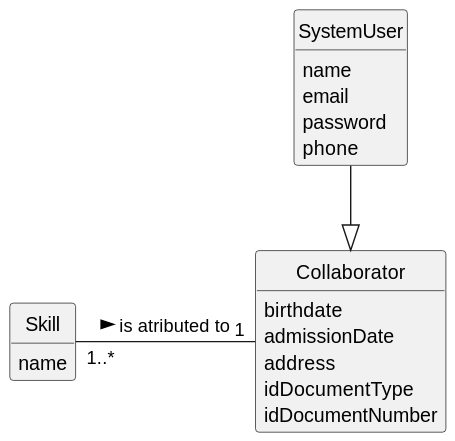
Earlier version of the PlantUML export docs/sprintA/us004/02.analysis/svg/us004-domain-model.svg (Departamento-de-Engenharia-Informatica/lei-24-s2-1do-g164). The source it was exported from:
```plantuml
@startuml
skinparam monochrome true
skinparam packageStyle rectangle
skinparam shadowing false


skinparam classAttributeIconSize 0

hide circle
hide methods

class SystemUser {
    name
    email
    password
    phone

}


class Collaborator {
    birthdate
    admissionDate
    address
    idDocumentType
    idDocumentNumber
}

class Skill {
    name
}


Skill "1..*" - "1" Collaborator: is atributed to >
SystemUser --|> Collaborator
@enduml
```
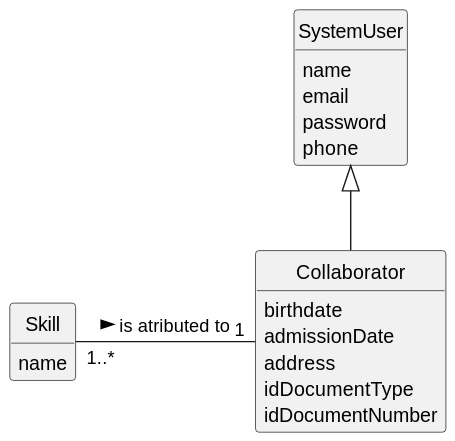
Above is the later version.

Commit message:
Update of all images and changes on SSD from US06. Domain Models finished

The edit, as a diff of the source:
```diff
@@ -32,5 +32,5 @@
 
 
 Skill "1..*" - "1" Collaborator: is atributed to >
-SystemUser --|> Collaborator
+SystemUser <|-- Collaborator
 @enduml
```
